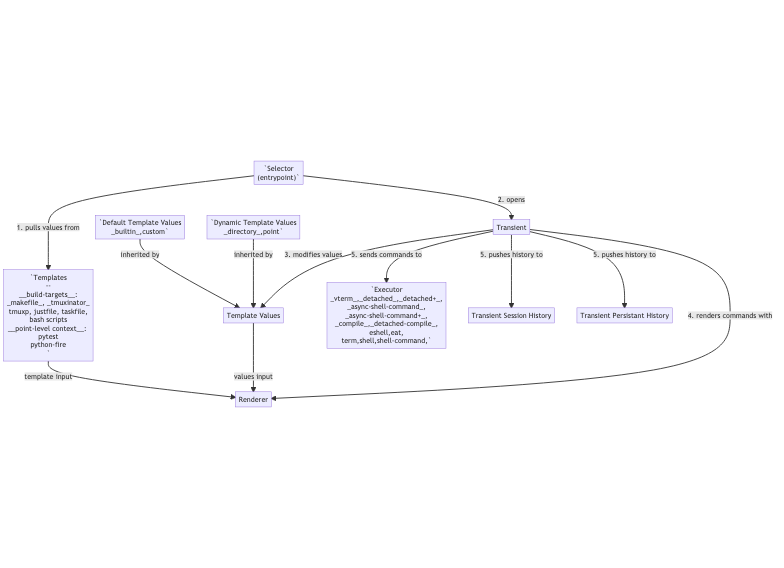
This is .zetta.d/source/zettapkg/j/diagram.png from chiply/.files, a Mermaid export, as it was before one commit. Its source is kept beside it as .zetta.d/source/zettapkg/j/diagram.mmd.
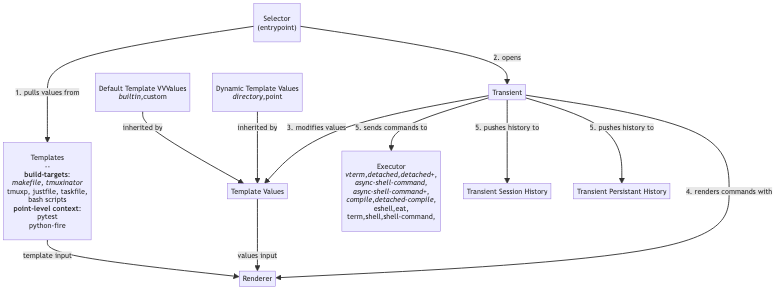
The same file after the commit.

What changed in the source:
```diff
@@ -1,6 +1,6 @@
 flowchart TD
 
-    A["`Default Template Values
+    A["`Default Template VVValues
     _builtin_,custom`"] --inherited by--> B[Template Values]
     C["`Dynamic Template Values
     _directory_,point`"] --inherited by--> B
```
